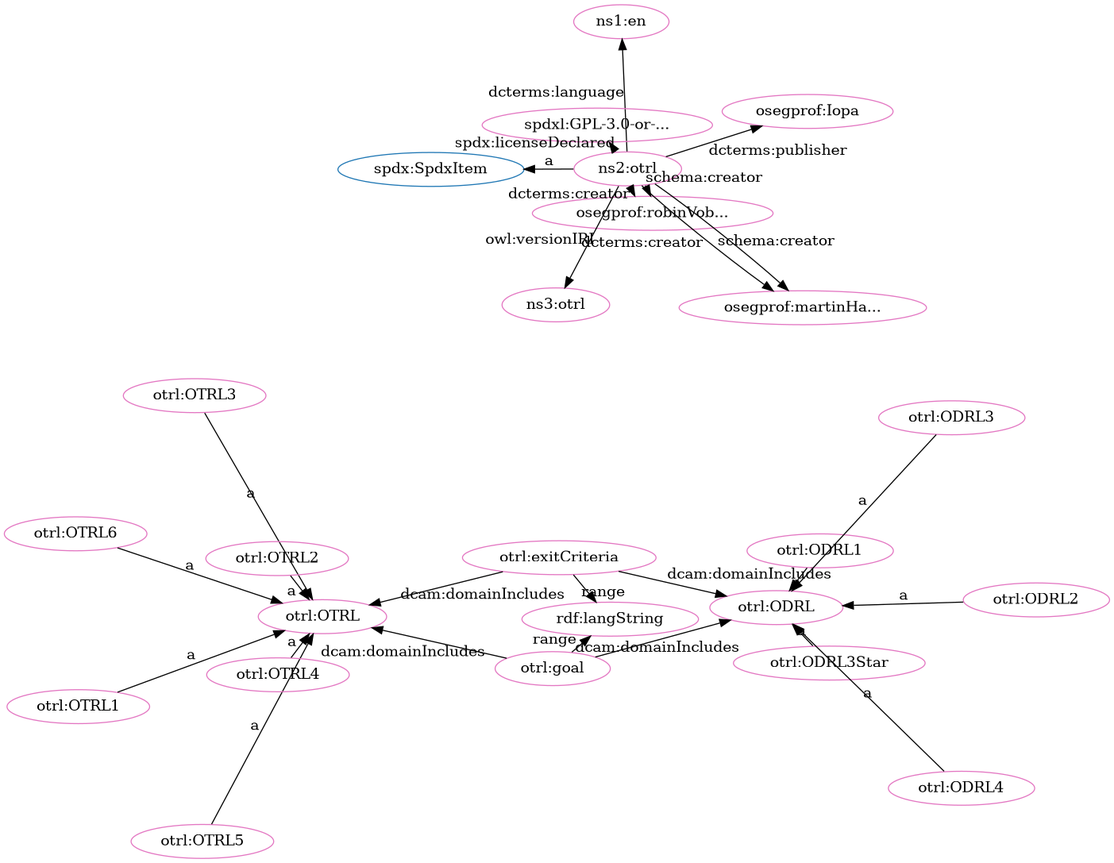
This is src/spec/dot_otrl-clean.png from iop-alliance/OpenKnowHow, a Graphviz export, as it was before one commit. Its source is kept beside it as src/spec/dot_otrl-clean.dot.
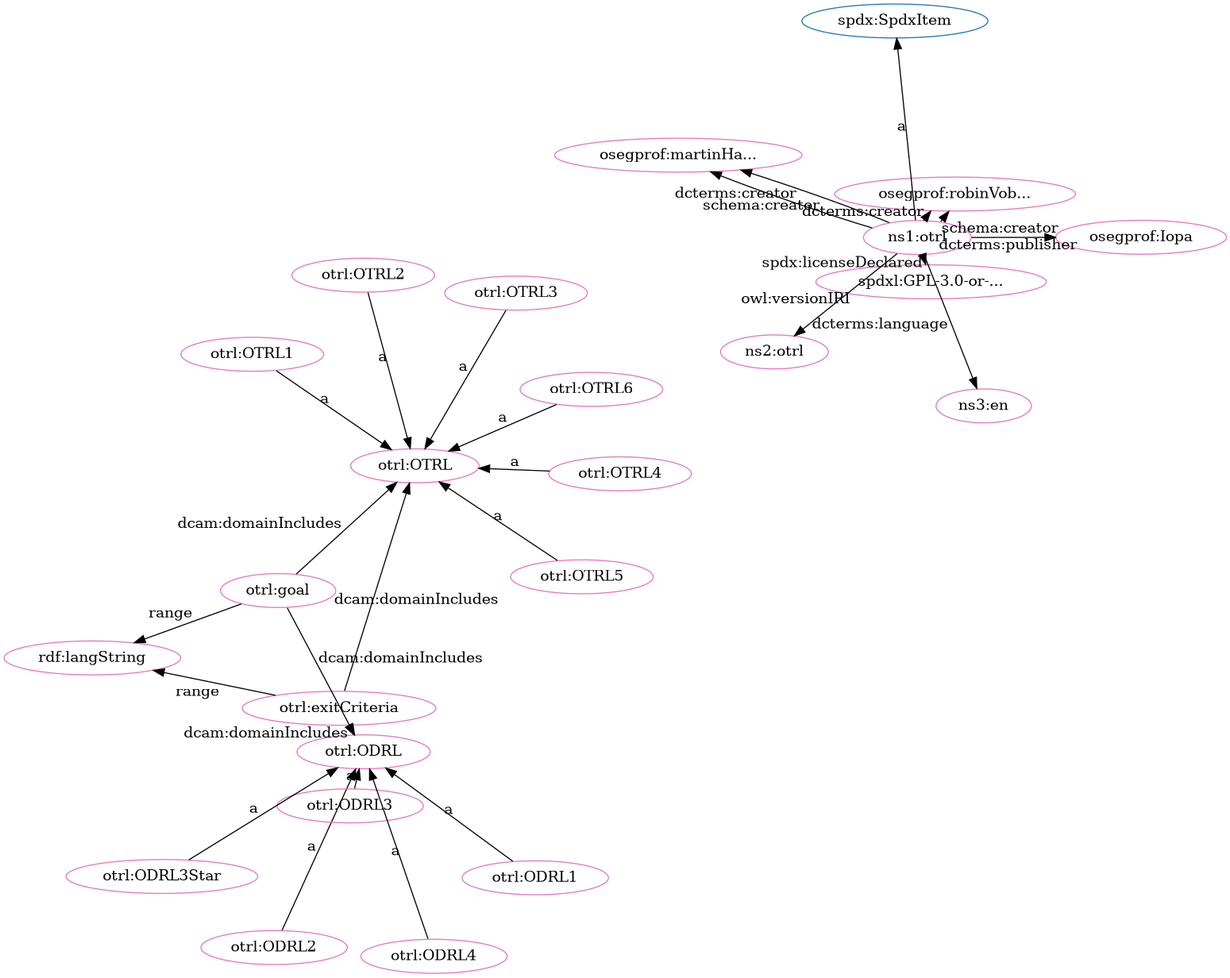
Later version of the same file.

Diff of the diagram source:
```diff
@@ -1,56 +1,56 @@
 digraph G {
   rankdir=BT
   node[height=.3]
-"http://w3id.org/oseg/ont/otrl#OTRL" [fillcolor="#1f77b4" color="#1f77b4" label="otrl:OTRL"]
 "http://spdx.org/rdf/terms#SpdxItem" [fillcolor="#1f77b4" color="#1f77b4" label="spdx:SpdxItem"]
 "http://w3id.org/oseg/ont/otrl#ODRL" [fillcolor="#1f77b4" color="#1f77b4" label="otrl:ODRL"]
+"http://w3id.org/oseg/ont/otrl#OTRL" [fillcolor="#1f77b4" color="#1f77b4" label="otrl:OTRL"]
+"http://w3id.org/oseg/ont/oseg-profiles#robinVobruba" [fillcolor="#e377c2" color="#e377c2" label="osegprof:robinVob..."]
+"http://w3id.org/oseg/ont/otrl#ODRL2" [fillcolor="#e377c2" color="#e377c2" label="otrl:ODRL2"]
+"http://w3id.org/oseg/ont/otrl#OTRL1" [fillcolor="#e377c2" color="#e377c2" label="otrl:OTRL1"]
+"http://w3id.org/oseg/ont/otrl#exitCriteria" [fillcolor="#e377c2" color="#e377c2" label="otrl:exitCriteria"]
+"http://w3id.org/oseg/ont/otrl#OTRL2" [fillcolor="#e377c2" color="#e377c2" label="otrl:OTRL2"]
+"http://spdx.org/licenses/GPL-3.0-or-later" [fillcolor="#e377c2" color="#e377c2" label="spdxl:GPL-3.0-or-..."]
+"http://w3id.org/oseg/ont/otrl#OTRL" [fillcolor="#e377c2" color="#e377c2" label="otrl:OTRL"]
+"http://w3id.org/oseg/ont/otrl#ODRL" [fillcolor="#e377c2" color="#e377c2" label="otrl:ODRL"]
+"http://w3id.org/oseg/ont/oseg-profiles#martinHaeuer" [fillcolor="#e377c2" color="#e377c2" label="osegprof:martinHa..."]
+"http://w3id.org/oseg/ont/otrl#goal" [fillcolor="#e377c2" color="#e377c2" label="otrl:goal"]
+"http://w3id.org/oseg/ont/otrl#OTRL4" [fillcolor="#e377c2" color="#e377c2" label="otrl:OTRL4"]
 "http://w3id.org/oseg/ont/oseg-profiles#Iopa" [fillcolor="#e377c2" color="#e377c2" label="osegprof:Iopa"]
-"http://w3id.org/oseg/ont/oseg-profiles#robinVobruba" [fillcolor="#e377c2" color="#e377c2" label="osegprof:robinVob..."]
-"http://w3id.org/oseg/ont/otrl#ODRL" [fillcolor="#e377c2" color="#e377c2" label="otrl:ODRL"]
-"http://w3id.org/oseg/ont/otrl#OTRL" [fillcolor="#e377c2" color="#e377c2" label="otrl:OTRL"]
-"http://w3id.org/oseg/ont/otrl#goal" [fillcolor="#e377c2" color="#e377c2" label="otrl:goal"]
+"http://w3id.org/oseg/ont/otrl#ODRL3" [fillcolor="#e377c2" color="#e377c2" label="otrl:ODRL3"]
+"http://w3id.org/oseg/ont/otrl" [fillcolor="#e377c2" color="#e377c2" label="ns1:otrl"]
+"http://w3id.org/oseg/ont/1.1.0/otrl" [fillcolor="#e377c2" color="#e377c2" label="ns2:otrl"]
+"http://w3id.org/oseg/ont/otrl#OTRL5" [fillcolor="#e377c2" color="#e377c2" label="otrl:OTRL5"]
+"http://w3id.org/oseg/ont/otrl#ODRL1" [fillcolor="#e377c2" color="#e377c2" label="otrl:ODRL1"]
+"http://www.w3.org/1999/02/22-rdf-syntax-ns#langString" [fillcolor="#e377c2" color="#e377c2" label="rdf:langString"]
+"http://id.loc.gov/vocabulary/iso639-1/en" [fillcolor="#e377c2" color="#e377c2" label="ns3:en"]
 "http://w3id.org/oseg/ont/otrl#OTRL3" [fillcolor="#e377c2" color="#e377c2" label="otrl:OTRL3"]
 "http://w3id.org/oseg/ont/otrl#OTRL6" [fillcolor="#e377c2" color="#e377c2" label="otrl:OTRL6"]
-"http://w3id.org/oseg/ont/otrl#ODRL2" [fillcolor="#e377c2" color="#e377c2" label="otrl:ODRL2"]
-"http://id.loc.gov/vocabulary/iso639-1/en" [fillcolor="#e377c2" color="#e377c2" label="ns1:en"]
-"http://w3id.org/oseg/ont/otrl#OTRL5" [fillcolor="#e377c2" color="#e377c2" label="otrl:OTRL5"]
-"http://w3id.org/oseg/ont/otrl" [fillcolor="#e377c2" color="#e377c2" label="ns2:otrl"]
-"http://w3id.org/oseg/ont/otrl#exitCriteria" [fillcolor="#e377c2" color="#e377c2" label="otrl:exitCriteria"]
-"http://w3id.org/oseg/ont/otrl#ODRL1" [fillcolor="#e377c2" color="#e377c2" label="otrl:ODRL1"]
 "http://w3id.org/oseg/ont/otrl#ODRL3Star" [fillcolor="#e377c2" color="#e377c2" label="otrl:ODRL3Star"]
-"http://w3id.org/oseg/ont/otrl#OTRL4" [fillcolor="#e377c2" color="#e377c2" label="otrl:OTRL4"]
-"http://w3id.org/oseg/ont/otrl#OTRL1" [fillcolor="#e377c2" color="#e377c2" label="otrl:OTRL1"]
-"http://w3id.org/oseg/ont/otrl#OTRL2" [fillcolor="#e377c2" color="#e377c2" label="otrl:OTRL2"]
-"http://spdx.org/licenses/GPL-3.0-or-later" [fillcolor="#e377c2" color="#e377c2" label="spdxl:GPL-3.0-or-..."]
-"http://www.w3.org/1999/02/22-rdf-syntax-ns#langString" [fillcolor="#e377c2" color="#e377c2" label="rdf:langString"]
-"http://w3id.org/oseg/ont/1.1.0/otrl" [fillcolor="#e377c2" color="#e377c2" label="ns3:otrl"]
-"http://w3id.org/oseg/ont/otrl#ODRL3" [fillcolor="#e377c2" color="#e377c2" label="otrl:ODRL3"]
-"http://w3id.org/oseg/ont/oseg-profiles#martinHaeuer" [fillcolor="#e377c2" color="#e377c2" label="osegprof:martinHa..."]
 "http://w3id.org/oseg/ont/otrl#ODRL4" [fillcolor="#e377c2" color="#e377c2" label="otrl:ODRL4"]
+  "http://w3id.org/oseg/ont/otrl" -> "http://w3id.org/oseg/ont/oseg-profiles#robinVobruba" [label="dcterms:creator"]
+  "http://w3id.org/oseg/ont/otrl#ODRL2" -> "http://w3id.org/oseg/ont/otrl#ODRL" [label="a"]
+  "http://w3id.org/oseg/ont/otrl#OTRL1" -> "http://w3id.org/oseg/ont/otrl#OTRL" [label="a"]
+  "http://w3id.org/oseg/ont/otrl" -> "http://w3id.org/oseg/ont/oseg-profiles#martinHaeuer" [label="dcterms:creator"]
+  "http://w3id.org/oseg/ont/otrl" -> "http://w3id.org/oseg/ont/oseg-profiles#robinVobruba" [label="schema:creator"]
   "http://w3id.org/oseg/ont/otrl" -> "http://w3id.org/oseg/ont/oseg-profiles#Iopa" [label="dcterms:publisher"]
-  "http://w3id.org/oseg/ont/otrl#exitCriteria" -> "http://w3id.org/oseg/ont/otrl#ODRL" [label="dcam:domainIncludes"]
+  "http://w3id.org/oseg/ont/otrl#ODRL3" -> "http://w3id.org/oseg/ont/otrl#ODRL" [label="a"]
+  "http://w3id.org/oseg/ont/otrl" -> "http://w3id.org/oseg/ont/1.1.0/otrl" [label="owl:versionIRI"]
+  "http://w3id.org/oseg/ont/otrl#OTRL5" -> "http://w3id.org/oseg/ont/otrl#OTRL" [label="a"]
+  "http://w3id.org/oseg/ont/otrl" -> "http://w3id.org/oseg/ont/oseg-profiles#martinHaeuer" [label="schema:creator"]
+  "http://w3id.org/oseg/ont/otrl#ODRL1" -> "http://w3id.org/oseg/ont/otrl#ODRL" [label="a"]
+  "http://w3id.org/oseg/ont/otrl" -> "http://spdx.org/rdf/terms#SpdxItem" [label="a"]
   "http://w3id.org/oseg/ont/otrl#OTRL6" -> "http://w3id.org/oseg/ont/otrl#OTRL" [label="a"]
-  "http://w3id.org/oseg/ont/otrl#ODRL2" -> "http://w3id.org/oseg/ont/otrl#ODRL" [label="a"]
-  "http://w3id.org/oseg/ont/otrl#OTRL5" -> "http://w3id.org/oseg/ont/otrl#OTRL" [label="a"]
-  "http://w3id.org/oseg/ont/otrl#OTRL4" -> "http://w3id.org/oseg/ont/otrl#OTRL" [label="a"]
-  "http://w3id.org/oseg/ont/otrl#OTRL1" -> "http://w3id.org/oseg/ont/otrl#OTRL" [label="a"]
+  "http://w3id.org/oseg/ont/otrl#ODRL3Star" -> "http://w3id.org/oseg/ont/otrl#ODRL" [label="a"]
   "http://w3id.org/oseg/ont/otrl#OTRL2" -> "http://w3id.org/oseg/ont/otrl#OTRL" [label="a"]
   "http://w3id.org/oseg/ont/otrl" -> "http://spdx.org/licenses/GPL-3.0-or-later" [label="spdx:licenseDeclared"]
-  "http://w3id.org/oseg/ont/otrl#ODRL3" -> "http://w3id.org/oseg/ont/otrl#ODRL" [label="a"]
-  "http://w3id.org/oseg/ont/otrl" -> "http://w3id.org/oseg/ont/oseg-profiles#robinVobruba" [label="schema:creator"]
+  "http://w3id.org/oseg/ont/otrl#exitCriteria" -> "http://w3id.org/oseg/ont/otrl#OTRL" [label="dcam:domainIncludes"]
+  "http://w3id.org/oseg/ont/otrl#exitCriteria" -> "http://w3id.org/oseg/ont/otrl#ODRL" [label="dcam:domainIncludes"]
+  "http://w3id.org/oseg/ont/otrl#OTRL4" -> "http://w3id.org/oseg/ont/otrl#OTRL" [label="a"]
+  "http://w3id.org/oseg/ont/otrl#goal" -> "http://w3id.org/oseg/ont/otrl#OTRL" [label="dcam:domainIncludes"]
+  "http://w3id.org/oseg/ont/otrl#goal" -> "http://w3id.org/oseg/ont/otrl#ODRL" [label="dcam:domainIncludes"]
+  "http://w3id.org/oseg/ont/otrl#goal" -> "http://www.w3.org/1999/02/22-rdf-syntax-ns#langString" [label="range"]
+  "http://w3id.org/oseg/ont/otrl" -> "http://id.loc.gov/vocabulary/iso639-1/en" [label="dcterms:language"]
+  "http://w3id.org/oseg/ont/otrl#OTRL3" -> "http://w3id.org/oseg/ont/otrl#OTRL" [label="a"]
+  "http://w3id.org/oseg/ont/otrl#exitCriteria" -> "http://www.w3.org/1999/02/22-rdf-syntax-ns#langString" [label="range"]
   "http://w3id.org/oseg/ont/otrl#ODRL4" -> "http://w3id.org/oseg/ont/otrl#ODRL" [label="a"]
-  "http://w3id.org/oseg/ont/otrl" -> "http://w3id.org/oseg/ont/oseg-profiles#robinVobruba" [label="dcterms:creator"]
-  "http://w3id.org/oseg/ont/otrl#goal" -> "http://w3id.org/oseg/ont/otrl#OTRL" [label="dcam:domainIncludes"]
-  "http://w3id.org/oseg/ont/otrl#OTRL3" -> "http://w3id.org/oseg/ont/otrl#OTRL" [label="a"]
-  "http://w3id.org/oseg/ont/otrl" -> "http://id.loc.gov/vocabulary/iso639-1/en" [label="dcterms:language"]
-  "http://w3id.org/oseg/ont/otrl#ODRL1" -> "http://w3id.org/oseg/ont/otrl#ODRL" [label="a"]
-  "http://w3id.org/oseg/ont/otrl#ODRL3Star" -> "http://w3id.org/oseg/ont/otrl#ODRL" [label="a"]
-  "http://w3id.org/oseg/ont/otrl" -> "http://spdx.org/rdf/terms#SpdxItem" [label="a"]
-  "http://w3id.org/oseg/ont/otrl#exitCriteria" -> "http://w3id.org/oseg/ont/otrl#OTRL" [label="dcam:domainIncludes"]
-  "http://w3id.org/oseg/ont/otrl#goal" -> "http://www.w3.org/1999/02/22-rdf-syntax-ns#langString" [label="range"]
-  "http://w3id.org/oseg/ont/otrl" -> "http://w3id.org/oseg/ont/1.1.0/otrl" [label="owl:versionIRI"]
-  "http://w3id.org/oseg/ont/otrl" -> "http://w3id.org/oseg/ont/oseg-profiles#martinHaeuer" [label="schema:creator"]
-  "http://w3id.org/oseg/ont/otrl#exitCriteria" -> "http://www.w3.org/1999/02/22-rdf-syntax-ns#langString" [label="range"]
-  "http://w3id.org/oseg/ont/otrl" -> "http://w3id.org/oseg/ont/oseg-profiles#martinHaeuer" [label="dcterms:creator"]
-  "http://w3id.org/oseg/ont/otrl#goal" -> "http://w3id.org/oseg/ont/otrl#ODRL" [label="dcam:domainIncludes"]
 }
```
